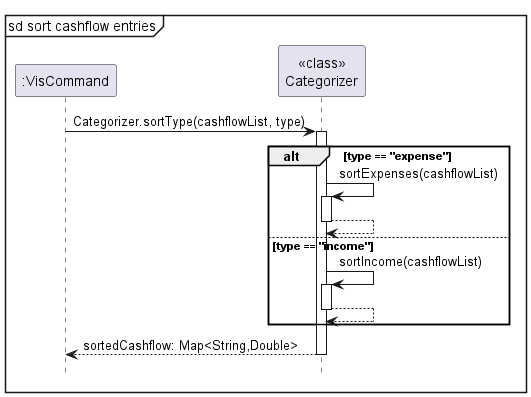
This is docs/images/vis/categorizerSequence.png from nus-cs2113-AY2324S1/tp, a PlantUML export, as it was before one commit. The source it was exported from:
```plantuml
@startuml

mainframe sd sort cashflow entries

autoactivate on

participant ":VisCommand"
participant "<<class>>\nCategorizer"

":VisCommand"-> "<<class>>\nCategorizer": Categorizer.sortType(cashflowList, type)

alt type == "expense"
    "<<class>>\nCategorizer" -> "<<class>>\nCategorizer": sortExpenses(cashflowList)
    return
else type == "income"
    "<<class>>\nCategorizer" -> "<<class>>\nCategorizer": sortIncome(cashflowList)
    return
end

return sortedCashflow: Map<String,Double>

hide footbox

@enduml
```
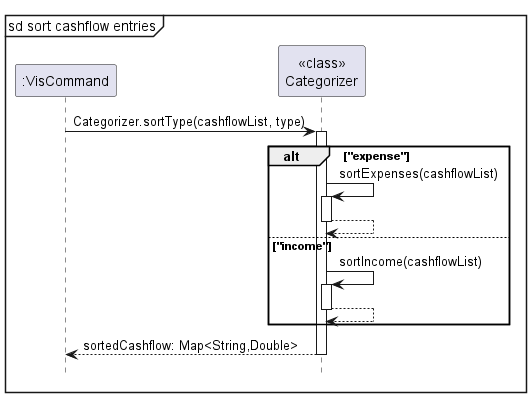
Later version of the same file.

Commit message:
Fix DG sequence diagram for cat and vis

Change to the diagram source:
```diff
@@ -9,10 +9,10 @@
 
 ":VisCommand"-> "<<class>>\nCategorizer": Categorizer.sortType(cashflowList, type)
 
-alt type == "expense"
+alt "expense"
     "<<class>>\nCategorizer" -> "<<class>>\nCategorizer": sortExpenses(cashflowList)
     return
-else type == "income"
+else "income"
     "<<class>>\nCategorizer" -> "<<class>>\nCategorizer": sortIncome(cashflowList)
     return
 end
```
